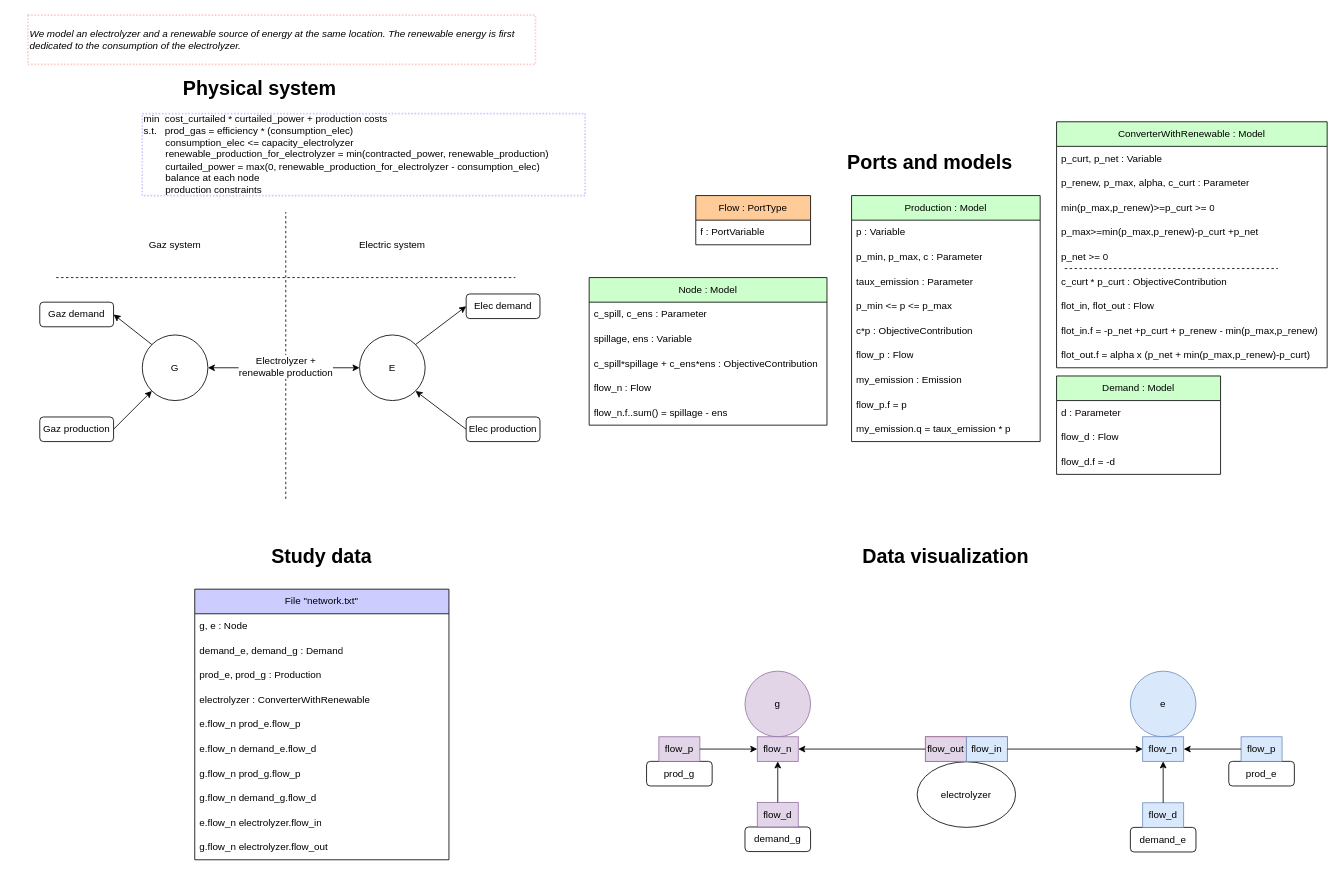
AntaresSimulatorTeam/andromede-modeling-prototype keeps this draw.io diagram as page "unique_system" (2 of 3) of models-design/systems/electrolyzer_subject_to_renawable.drawio. Above is the earlier version. Source tidied: cells renumbered, new cells numbered last; positions are measured from the earlier drawing's top-left corner, leaving out a move shared by most shapes. Both pictures are drawn from the tidied source at 82%, with x=0, y=0 at pixel (14, 15).
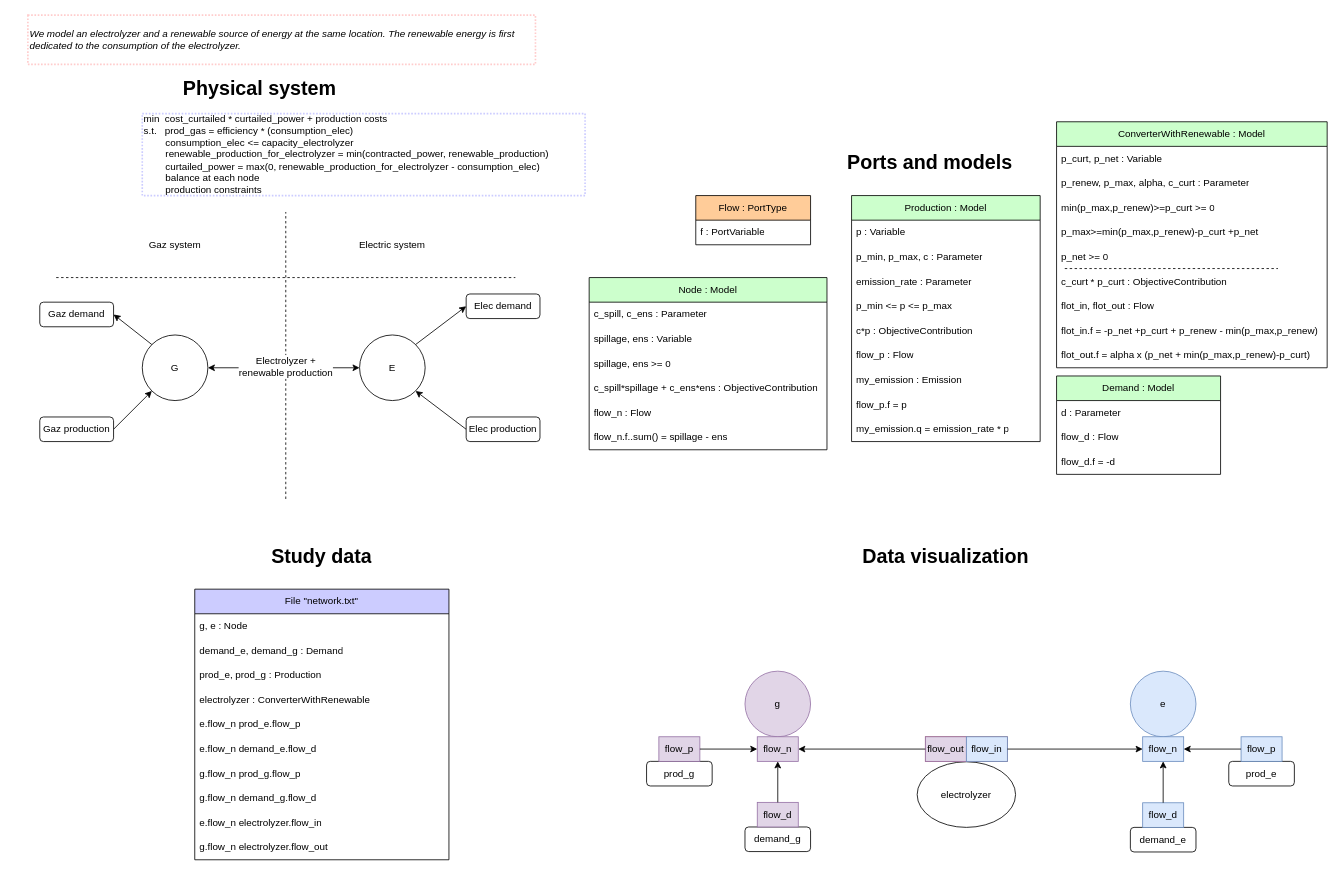
The same page after the edit.

Commit message (it also covers changes not shown here):
Specify ens,spill sign and translate emission rate

Unchanged cells that the change refers to:
```xml
<mxCell id="20" style="group;" parent="1" vertex="1">
  <mxGeometry x="781" y="160" width="820" height="460" as="geometry" />
</mxCell>
<mxCell id="89" value="Production : Model" style="swimlane;fontStyle=0;horizontal=1;startSize=30;whiteSpace=wrap;html=1;fillColor=#CCFFCC;fontColor=#000000;" parent="1" vertex="1">
  <mxGeometry x="1021" y="220" width="230" height="300" as="geometry" />
</mxCell>
```

What changed in the source:
```diff
@@
     <mxCell id="39" value="Node : Model" style="swimlane;fontStyle=0;horizontal=1;startSize=30;whiteSpace=wrap;html=1;fillColor=#CCFFCC;fontColor=#000000;" parent="20" vertex="1">
-      <mxGeometry x="-80" y="160" width="290" height="180" as="geometry" />
+      <mxGeometry x="-80" y="160" width="290" height="210" as="geometry" />
     </mxCell>
@@
+    <mxCell id="101" value="spillage, ens &amp;gt;= 0" style="text;strokeColor=none;fillColor=none;align=left;verticalAlign=middle;spacingLeft=4;spacingRight=4;overflow=hidden;whiteSpace=wrap;html=1;" parent="39" vertex="1">
+      <mxGeometry y="90" width="290" height="30" as="geometry" />
+    </mxCell>
     <mxCell id="42" value="c_spill*spillage + c_ens*ens : ObjectiveContribution" style="text;strokeColor=none;fillColor=none;align=left;verticalAlign=middle;spacingLeft=4;spacingRight=4;overflow=hidden;whiteSpace=wrap;html=1;" parent="39" vertex="1">
-      <mxGeometry y="90" width="290" height="30" as="geometry" />
+      <mxGeometry y="120" width="290" height="30" as="geometry" />
     </mxCell>
     <mxCell id="43" value="flow_n : Flow" style="text;strokeColor=none;fillColor=none;align=left;verticalAlign=middle;spacingLeft=4;spacingRight=4;overflow=hidden;whiteSpace=wrap;html=1;" parent="39" vertex="1">
-      <mxGeometry y="120" width="290" height="30" as="geometry" />
+      <mxGeometry y="150" width="290" height="30" as="geometry" />
     </mxCell>
     <mxCell id="44" value="flow_n.f..sum() = spillage - ens" style="text;strokeColor=none;fillColor=none;align=left;verticalAlign=middle;spacingLeft=4;spacingRight=4;overflow=hidden;whiteSpace=wrap;html=1;" parent="39" vertex="1">
-      <mxGeometry y="150" width="290" height="30" as="geometry" />
+      <mxGeometry y="180" width="290" height="30" as="geometry" />
     </mxCell>
@@
-    <mxCell id="92" value="taux_emission : Parameter" style="text;strokeColor=none;fillColor=none;align=left;verticalAlign=middle;spacingLeft=4;spacingRight=4;overflow=hidden;whiteSpace=wrap;html=1;" parent="89" vertex="1">
+    <mxCell id="92" value="emission_rate : Parameter" style="text;strokeColor=none;fillColor=none;align=left;verticalAlign=middle;spacingLeft=4;spacingRight=4;overflow=hidden;whiteSpace=wrap;html=1;" parent="89" vertex="1">
       <mxGeometry y="90" width="230" height="30" as="geometry" />
     </mxCell>
@@
-    <mxCell id="98" value="my_emission.q = taux_emission * p" style="text;strokeColor=none;fillColor=none;align=left;verticalAlign=middle;spacingLeft=4;spacingRight=4;overflow=hidden;whiteSpace=wrap;html=1;" parent="89" vertex="1">
+    <mxCell id="98" value="my_emission.q = emission_rate * p" style="text;strokeColor=none;fillColor=none;align=left;verticalAlign=middle;spacingLeft=4;spacingRight=4;overflow=hidden;whiteSpace=wrap;html=1;" parent="89" vertex="1">
       <mxGeometry y="270" width="230" height="30" as="geometry" />
     </mxCell>
```
